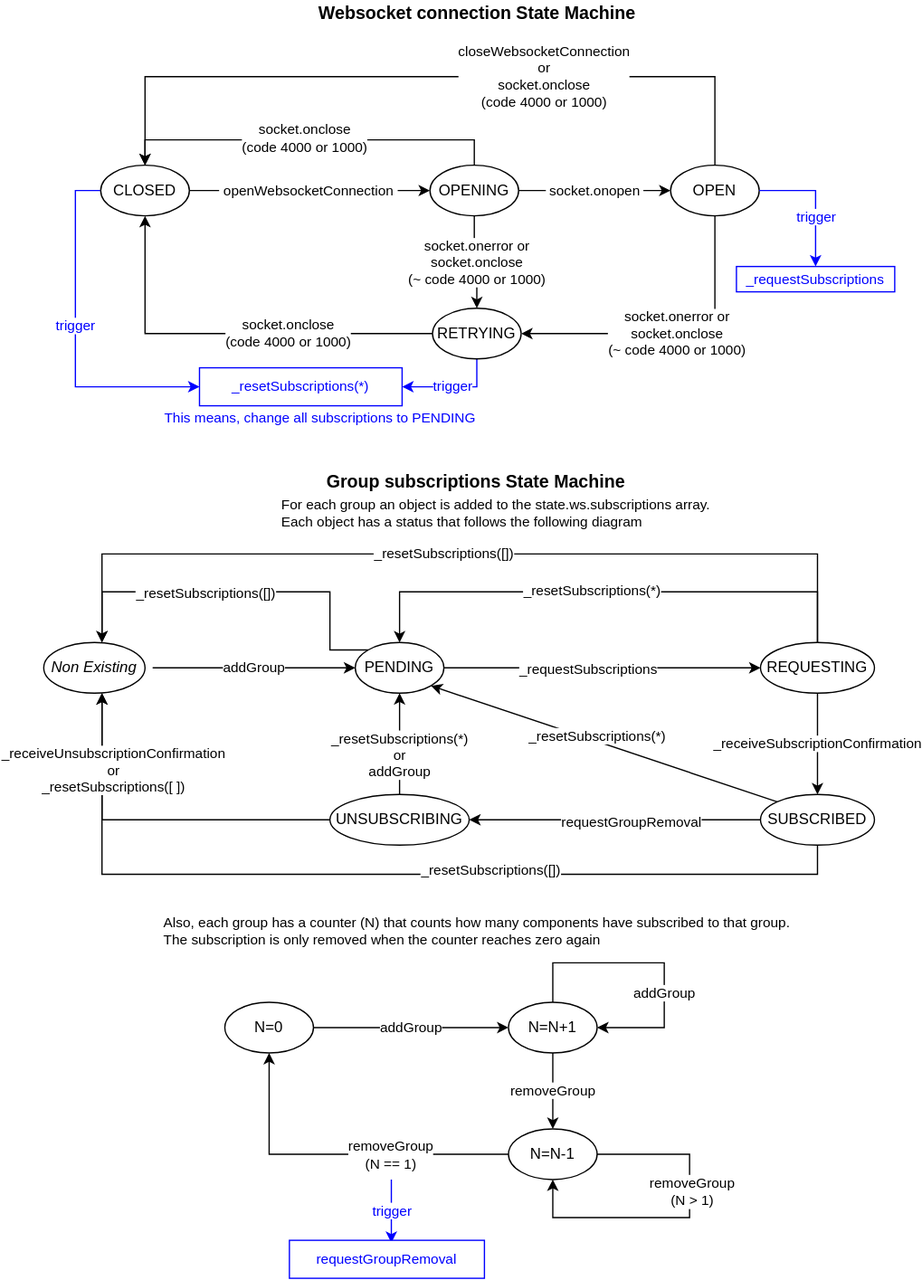
lsst-ts/LOVE-frontend keeps this draw.io diagram as love/docsrc/assets/redux-ws-connection.svg. Above is the earlier version. Source tidied: cells renumbered, new cells last; positions are measured from the earlier drawing's top-left corner, leaving out a move shared by most shapes.
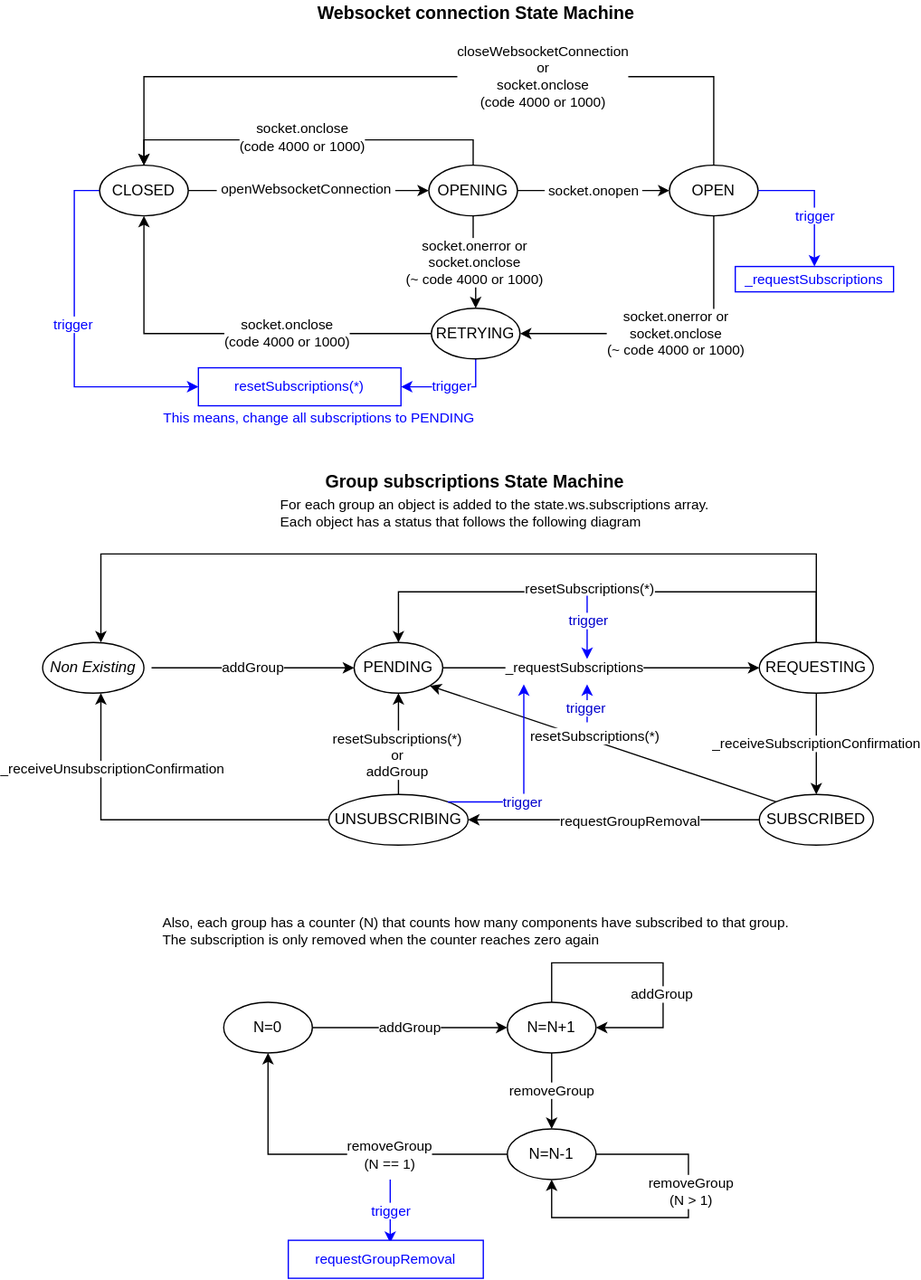
Above is the later version.

Diff of the diagram source:
```diff
@@ -71,22 +71,9 @@
     </mxCell>
     <mxCell id="21" value="_requestSubscriptions" style="text;html=1;align=center;verticalAlign=middle;labelBackgroundColor=#ffffff;fontSize=11;" parent="20" vertex="1">
       <mxGeometry x="-0.28" y="4" relative="1" as="geometry">
-        <mxPoint x="22" y="4" as="offset" />
+        <mxPoint x="13.2" y="4" as="offset" />
       </mxGeometry>
     </mxCell>
-    <mxCell id="22" style="edgeStyle=orthogonalEdgeStyle;rounded=0;jettySize=auto;html=1;exitX=0;exitY=0;exitDx=0;exitDy=0;entryX=0.5;entryY=0;entryDx=0;entryDy=0;strokeColor=#000000;fontSize=11;fontColor=#0000FF;" parent="1" edge="1" source="24">
-      <mxGeometry relative="1" as="geometry">
-        <mxPoint x="46" y="507" as="targetPoint" />
-        <Array as="points">
-          <mxPoint x="226" y="513" />
-          <mxPoint x="226" y="467" />
-          <mxPoint x="46" y="467" />
-        </Array>
-      </mxGeometry>
-    </mxCell>
-    <mxCell id="23" value="&lt;span style=&quot;color: rgb(0 , 0 , 0) ; white-space: normal&quot;&gt;_resetSubscriptions([])&lt;/span&gt;" style="text;html=1;align=center;verticalAlign=middle;labelBackgroundColor=#ffffff;fontSize=11;fontColor=#0000FF;" parent="22" vertex="1">
-      <mxGeometry x="0.18" relative="1" as="geometry" />
-    </mxCell>
     <mxCell id="24" value="PENDING" style="ellipse;whiteSpace=wrap;html=1;" parent="1" vertex="1">
       <mxGeometry x="246" y="507" width="70" height="40" as="geometry" />
     </mxCell>
@@ -109,7 +96,7 @@
         </Array>
       </mxGeometry>
     </mxCell>
-    <mxCell id="29" value="&lt;span style=&quot;white-space: normal&quot;&gt;_resetSubscriptions(*)&lt;/span&gt;" style="text;html=1;align=center;verticalAlign=middle;labelBackgroundColor=#ffffff;fontSize=11;" parent="28" vertex="1">
+    <mxCell id="29" value="&lt;span style=&quot;white-space: normal&quot;&gt;resetSubscriptions(*)&lt;/span&gt;" style="text;html=1;align=center;verticalAlign=middle;labelBackgroundColor=#ffffff;fontSize=11;" parent="28" vertex="1">
       <mxGeometry x="0.07" y="-2" relative="1" as="geometry" />
     </mxCell>
     <mxCell id="30" style="edgeStyle=orthogonalEdgeStyle;rounded=0;jettySize=auto;html=1;exitX=0.5;exitY=0;exitDx=0;exitDy=0;entryX=0.5;entryY=0;entryDx=0;entryDy=0;strokeColor=#000000;fontSize=11;fontColor=#0000FF;" parent="1" edge="1" source="32">
@@ -121,9 +108,6 @@
         </Array>
       </mxGeometry>
     </mxCell>
-    <mxCell id="31" value="&lt;span style=&quot;color: rgb(0 , 0 , 0) ; white-space: normal&quot;&gt;_resetSubscriptions([])&lt;/span&gt;" style="text;html=1;align=center;verticalAlign=middle;labelBackgroundColor=#ffffff;fontSize=11;fontColor=#0000FF;" parent="30" vertex="1">
-      <mxGeometry x="0.04" y="-1" relative="1" as="geometry" />
-    </mxCell>
     <mxCell id="32" value="REQUESTING" style="ellipse;whiteSpace=wrap;html=1;" parent="1" vertex="1">
       <mxGeometry x="566" y="507" width="90" height="40" as="geometry" />
     </mxCell>
@@ -136,21 +120,9 @@
     <mxCell id="35" style="rounded=0;jettySize=auto;html=1;exitX=0;exitY=0;exitDx=0;exitDy=0;entryX=1;entryY=1;entryDx=0;entryDy=0;fontSize=11;" parent="1" edge="1" source="39" target="24">
       <mxGeometry relative="1" as="geometry" />
     </mxCell>
-    <mxCell id="36" value="&lt;span style=&quot;white-space: normal&quot;&gt;_resetSubscriptions(*)&lt;/span&gt;" style="text;html=1;align=center;verticalAlign=middle;labelBackgroundColor=#ffffff;fontSize=11;fontColor=#000000;" parent="35" vertex="1">
+    <mxCell id="36" value="&lt;span style=&quot;white-space: normal&quot;&gt;resetSubscriptions(*)&lt;/span&gt;" style="text;html=1;align=center;verticalAlign=middle;labelBackgroundColor=#ffffff;fontSize=11;fontColor=#000000;" parent="35" vertex="1">
       <mxGeometry x="0.06" y="-4" relative="1" as="geometry" />
     </mxCell>
-    <mxCell id="37" style="edgeStyle=orthogonalEdgeStyle;rounded=0;jettySize=auto;html=1;exitX=0.5;exitY=1;exitDx=0;exitDy=0;strokeColor=#000000;fontSize=11;fontColor=#0000FF;" parent="1" edge="1" source="39">
-      <mxGeometry relative="1" as="geometry">
-        <mxPoint x="46" y="547" as="targetPoint" />
-        <Array as="points">
-          <mxPoint x="611" y="690" />
-          <mxPoint x="46" y="690" />
-        </Array>
-      </mxGeometry>
-    </mxCell>
-    <mxCell id="38" value="&lt;span style=&quot;color: rgb(0 , 0 , 0) ; white-space: normal&quot;&gt;_resetSubscriptions([])&lt;/span&gt;" style="text;html=1;align=center;verticalAlign=middle;labelBackgroundColor=#ffffff;fontSize=11;fontColor=#0000FF;" parent="37" vertex="1">
-      <mxGeometry x="-0.23" y="-4" relative="1" as="geometry" />
-    </mxCell>
     <mxCell id="39" value="SUBSCRIBED" style="ellipse;whiteSpace=wrap;html=1;" parent="1" vertex="1">
       <mxGeometry x="566" y="627" width="90" height="40" as="geometry" />
     </mxCell>
@@ -159,7 +131,7 @@
         <mxPoint x="46" y="547" as="targetPoint" />
       </mxGeometry>
     </mxCell>
-    <mxCell id="41" value="_receiveUnsubscriptionConfirmation&lt;br&gt;or&lt;br&gt;&lt;span style=&quot;white-space: normal&quot;&gt;_resetSubscriptions([ ])&lt;/span&gt;" style="text;html=1;align=center;verticalAlign=middle;labelBackgroundColor=#ffffff;fontSize=11;" parent="40" vertex="1">
+    <mxCell id="41" value="_receiveUnsubscriptionConfirmation" style="text;html=1;align=center;verticalAlign=middle;labelBackgroundColor=#ffffff;fontSize=11;" parent="40" vertex="1">
       <mxGeometry x="-0.22" y="2" relative="1" as="geometry">
         <mxPoint x="-63" y="-42" as="offset" />
       </mxGeometry>
@@ -167,7 +139,7 @@
     <mxCell id="42" style="edgeStyle=orthogonalEdgeStyle;rounded=0;jettySize=auto;html=1;entryX=0.5;entryY=1;entryDx=0;entryDy=0;fontSize=11;" parent="1" edge="1" source="44" target="24">
       <mxGeometry relative="1" as="geometry" />
     </mxCell>
-    <mxCell id="43" value="&lt;span style=&quot;white-space: normal&quot;&gt;_resetSubscriptions(*)&lt;br&gt;or&lt;br&gt;&lt;/span&gt;addGroup&lt;span style=&quot;white-space: normal&quot;&gt;&lt;br&gt;&lt;/span&gt;" style="text;html=1;align=center;verticalAlign=middle;labelBackgroundColor=#ffffff;fontSize=11;fontColor=#000000;" parent="42" vertex="1">
+    <mxCell id="43" value="&lt;span style=&quot;white-space: normal&quot;&gt;resetSubscriptions(*)&lt;br&gt;or&lt;br&gt;&lt;/span&gt;addGroup&lt;span style=&quot;white-space: normal&quot;&gt;&lt;br&gt;&lt;/span&gt;" style="text;html=1;align=center;verticalAlign=middle;labelBackgroundColor=#ffffff;fontSize=11;fontColor=#000000;" parent="42" vertex="1">
       <mxGeometry x="-0.2" y="1" relative="1" as="geometry" />
     </mxCell>
     <mxCell id="44" value="UNSUBSCRIBING" style="ellipse;whiteSpace=wrap;html=1;" parent="1" vertex="1">
@@ -176,7 +148,7 @@
     <mxCell id="45" value="&lt;div style=&quot;text-align: justify&quot;&gt;&lt;span&gt;For each group an object is added to the state.ws.subscriptions array.&lt;/span&gt;&lt;/div&gt;&lt;div style=&quot;text-align: justify&quot;&gt;&lt;span&gt;Each object has a status that follows the following diagram&lt;/span&gt;&lt;/div&gt;" style="text;html=1;align=left;verticalAlign=middle;fontSize=11;" parent="1" vertex="1">
       <mxGeometry x="186" y="390" width="350" height="30" as="geometry" />
     </mxCell>
-    <mxCell id="46" value="&lt;span style=&quot;color: rgb(0 , 0 , 255) ; white-space: normal ; background-color: rgb(255 , 255 , 255)&quot;&gt;_resetSubscriptions(*)&lt;/span&gt;" style="rounded=0;whiteSpace=wrap;html=1;fontSize=11;strokeColor=#0000FF;" parent="1" vertex="1">
+    <mxCell id="46" value="&lt;span style=&quot;color: rgb(0 , 0 , 255) ; white-space: normal ; background-color: rgb(255 , 255 , 255)&quot;&gt;resetSubscriptions(*)&lt;/span&gt;" style="rounded=0;whiteSpace=wrap;html=1;fontSize=11;strokeColor=#0000FF;" parent="1" vertex="1">
       <mxGeometry x="123" y="290" width="160" height="30" as="geometry" />
     </mxCell>
     <mxCell id="47" value="&lt;font color=&quot;#0000ff&quot;&gt;trigger&lt;/font&gt;" style="edgeStyle=orthogonalEdgeStyle;rounded=0;jettySize=auto;html=1;exitX=1;exitY=0.5;exitDx=0;exitDy=0;entryX=0.5;entryY=0;entryDx=0;entryDy=0;fontSize=11;strokeColor=#0000FF;" parent="1" edge="1" source="9" target="48">
@@ -256,5 +228,34 @@
     <mxCell id="63" value="&lt;div style=&quot;text-align: justify&quot;&gt;Also, each group has a counter (N) that counts how many components have subscribed to that group.&lt;/div&gt;&lt;div style=&quot;text-align: justify&quot;&gt;The subscription is only removed when the counter reaches zero again&lt;/div&gt;" style="text;html=1;align=left;verticalAlign=middle;fontSize=11;" parent="1" vertex="1">
       <mxGeometry x="93" y="720" width="510" height="30" as="geometry" />
     </mxCell>
+    <mxCell id="64" style="edgeStyle=orthogonalEdgeStyle;rounded=0;orthogonalLoop=1;jettySize=auto;html=1;fontSize=11;strokeColor=#0000FF;" parent="1" edge="1">
+      <mxGeometry relative="1" as="geometry">
+        <mxPoint x="430" y="570" as="sourcePoint" />
+        <mxPoint x="430" y="540" as="targetPoint" />
+      </mxGeometry>
+    </mxCell>
+    <mxCell id="65" value="&lt;span style=&quot;white-space: normal&quot;&gt;&lt;font color=&quot;#0000cc&quot;&gt;trigger&lt;/font&gt;&lt;br&gt;&lt;/span&gt;" style="text;html=1;align=center;verticalAlign=middle;labelBackgroundColor=#ffffff;fontSize=11;fontColor=#000000;" parent="64" vertex="1">
+      <mxGeometry x="-0.2" y="1" relative="1" as="geometry" />
+    </mxCell>
+    <mxCell id="66" style="edgeStyle=orthogonalEdgeStyle;rounded=0;orthogonalLoop=1;jettySize=auto;html=1;fontSize=11;strokeColor=#0000FF;" parent="1" edge="1">
+      <mxGeometry relative="1" as="geometry">
+        <mxPoint x="430" y="470" as="sourcePoint" />
+        <mxPoint x="430" y="520" as="targetPoint" />
+      </mxGeometry>
+    </mxCell>
+    <mxCell id="67" value="&lt;span style=&quot;white-space: normal&quot;&gt;&lt;font color=&quot;#0000cc&quot;&gt;trigger&lt;/font&gt;&lt;br&gt;&lt;/span&gt;" style="text;html=1;align=center;verticalAlign=middle;labelBackgroundColor=#ffffff;fontSize=11;fontColor=#000000;" parent="66" vertex="1">
+      <mxGeometry x="-0.2" y="1" relative="1" as="geometry" />
+    </mxCell>
+    <mxCell id="68" style="edgeStyle=orthogonalEdgeStyle;rounded=0;jettySize=auto;html=1;fontSize=11;strokeColor=#0000FF;exitX=1;exitY=0;exitDx=0;exitDy=0;" parent="1" edge="1" source="44">
+      <mxGeometry relative="1" as="geometry">
+        <mxPoint x="380" y="540" as="targetPoint" />
+        <Array as="points">
+          <mxPoint x="380" y="633" />
+        </Array>
+      </mxGeometry>
+    </mxCell>
+    <mxCell id="69" value="&lt;span style=&quot;white-space: normal&quot;&gt;&lt;font color=&quot;#0000cc&quot;&gt;trigger&lt;/font&gt;&lt;br&gt;&lt;/span&gt;" style="text;html=1;align=center;verticalAlign=middle;labelBackgroundColor=#ffffff;fontSize=11;fontColor=#000000;" parent="68" vertex="1">
+      <mxGeometry x="-0.2" y="1" relative="1" as="geometry" />
+    </mxCell>
   </root>
 </mxGraphModel>
```
